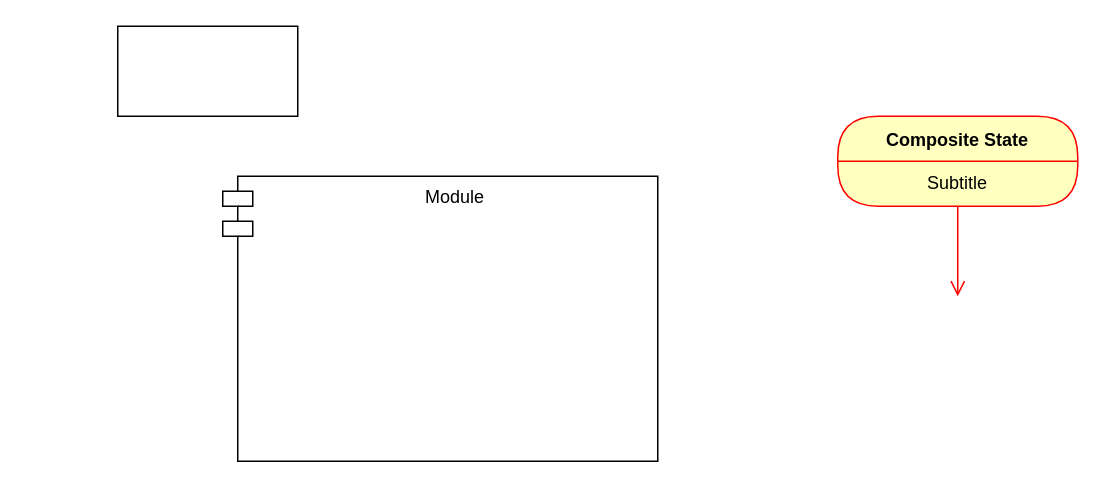
The draw.io diagram 未命名绘图.drawio in xxi-arch/bolg, before the edit. Source tidied: cells renumbered, new cells numbered last; positions are measured from the earlier drawing's top-left corner, leaving out a move shared by most shapes. Both pictures are drawn from the tidied source at 150%, with x=0, y=0 at pixel (117, 26).
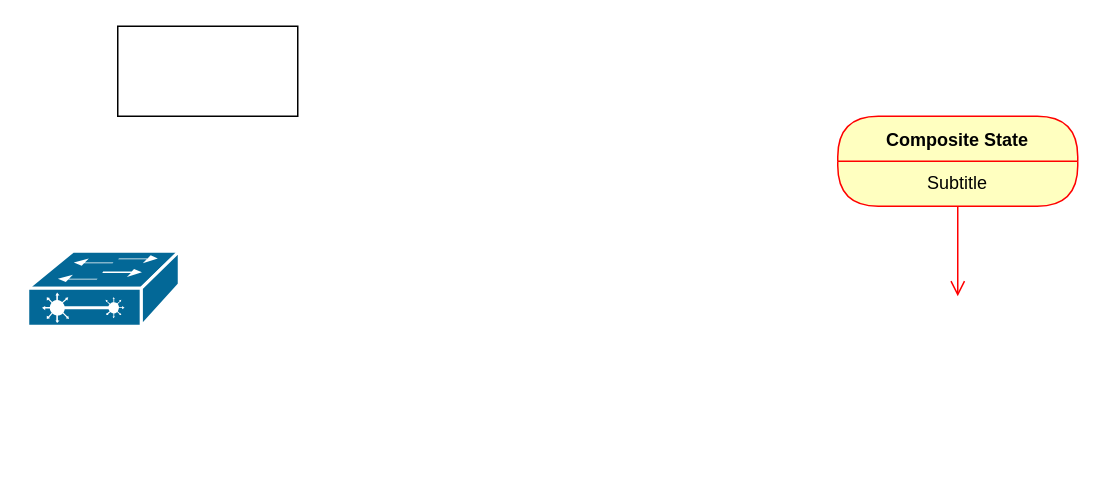
The same page after the edit.

Commit message (it also covers changes not shown here):
更新未命名绘图.drawio

What changed in the source:
```diff
@@
 <mxGraphModel>
   <root>
     <mxCell id="0" />
     <mxCell id="1" parent="0" />
     <mxCell id="2" style="rounded=0;whiteSpace=wrap;html=1;" parent="1" vertex="1">
       <mxGeometry width="120" height="60" as="geometry" />
     </mxCell>
-    <mxCell id="3" value="Module" style="shape=module;align=left;spacingLeft=20;align=center;verticalAlign=top;whiteSpace=wrap;html=1;" parent="1" vertex="1">
-      <mxGeometry x="70" y="100" width="290" height="190" as="geometry" />
-    </mxCell>
     <mxCell id="4" value="Composite State" style="swimlane;fontStyle=1;align=center;verticalAlign=middle;horizontal=1;startSize=30;fontColor=#000000;rounded=1;arcSize=30;strokeColor=#ff0000;fillColor=#ffffc0;swimlaneFillColor=#ffffc0;" parent="1" vertex="1">
       <mxGeometry x="480" y="60" width="160" height="60" as="geometry" />
     </mxCell>
     <mxCell id="5" value="Subtitle" style="text;html=1;strokeColor=none;fillColor=none;align=center;verticalAlign=middle;spacingLeft=4;spacingRight=4;whiteSpace=wrap;overflow=hidden;fontColor=#000000;" parent="4" vertex="1">
       <mxGeometry y="30" width="160" height="30" as="geometry" />
     </mxCell>
     <mxCell id="6" style="edgeStyle=orthogonalEdgeStyle;html=1;verticalAlign=bottom;endArrow=open;endSize=8;strokeColor=#ff0000;rounded=0;" parent="1" edge="1" source="4">
       <mxGeometry relative="1" as="geometry">
         <mxPoint x="560" y="180" as="targetPoint" />
       </mxGeometry>
     </mxCell>
+    <mxCell id="7" style="shape=mxgraph.cisco.switches.layer_2_remote_switch;sketch=0;html=1;dashed=0;fillColor=#036897;strokeColor=#ffffff;strokeWidth=2;verticalLabelPosition=bottom;verticalAlign=top;align=center;" parent="1" vertex="1">
+      <mxGeometry x="-60" y="150" width="101" height="50" as="geometry" />
+    </mxCell>
   </root>
 </mxGraphModel>
```
